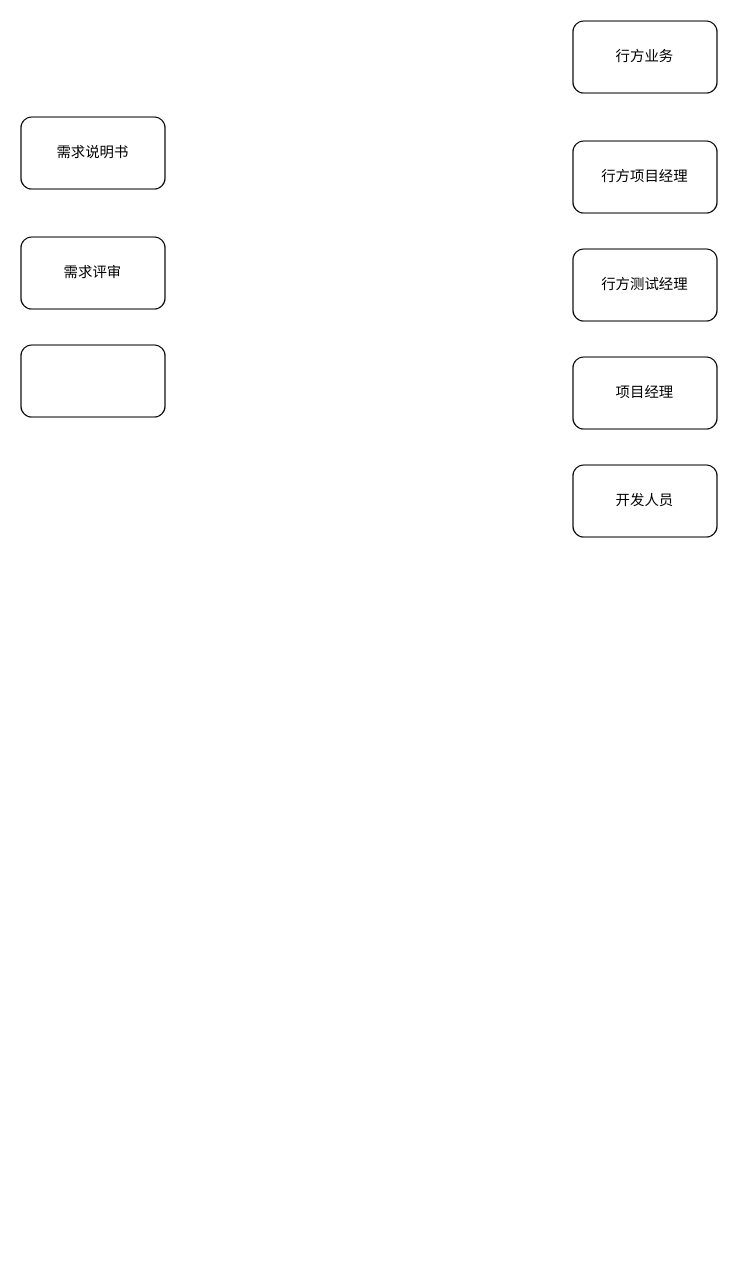
Above: page "Page-4" (4 of 4) of Untitled Diagram.drawio in xianyuenan/Testgit (draw.io), before the change. Source tidied: cells renumbered, new cells numbered last; positions are measured from the earlier drawing's top-left corner, leaving out a move shared by most shapes. Both pictures are drawn from the tidied source at 120%, with x=0, y=0 at pixel (20, 20).
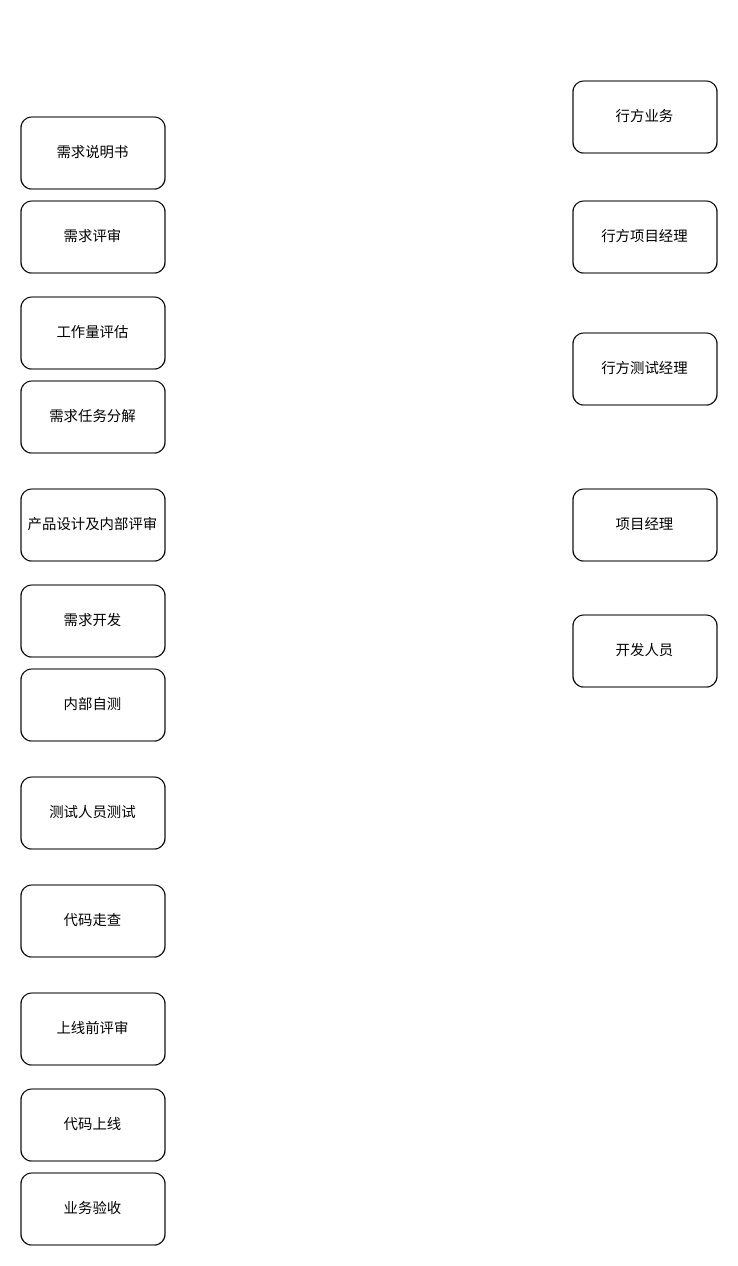
The same diagram, later.

Change to the diagram source:
```diff
@@
 <mxGraphModel>
   <root>
     <mxCell id="0" />
     <mxCell id="1" parent="0" />
     <mxCell id="2" value="行方业务" style="rounded=1;whiteSpace=wrap;html=1;" parent="1" vertex="1">
-      <mxGeometry x="460" width="120" height="60" as="geometry" />
+      <mxGeometry x="460" y="50" width="120" height="60" as="geometry" />
     </mxCell>
     <mxCell id="3" value="行方项目经理" style="rounded=1;whiteSpace=wrap;html=1;" parent="1" vertex="1">
-      <mxGeometry x="460" y="100" width="120" height="60" as="geometry" />
+      <mxGeometry x="460" y="150" width="120" height="60" as="geometry" />
     </mxCell>
     <mxCell id="4" value="项目经理" style="rounded=1;whiteSpace=wrap;html=1;" parent="1" vertex="1">
-      <mxGeometry x="460" y="280" width="120" height="60" as="geometry" />
+      <mxGeometry x="460" y="390" width="120" height="60" as="geometry" />
     </mxCell>
     <mxCell id="5" value="行方测试经理" style="rounded=1;whiteSpace=wrap;html=1;" parent="1" vertex="1">
-      <mxGeometry x="460" y="190" width="120" height="60" as="geometry" />
+      <mxGeometry x="460" y="260" width="120" height="60" as="geometry" />
     </mxCell>
     <mxCell id="6" value="需求说明书" style="rounded=1;whiteSpace=wrap;html=1;" parent="1" vertex="1">
       <mxGeometry y="80" width="120" height="60" as="geometry" />
     </mxCell>
     <mxCell id="7" value="需求评审" style="rounded=1;whiteSpace=wrap;html=1;" parent="1" vertex="1">
-      <mxGeometry y="180" width="120" height="60" as="geometry" />
+      <mxGeometry y="150" width="120" height="60" as="geometry" />
     </mxCell>
-    <mxCell id="8" style="rounded=1;whiteSpace=wrap;html=1;" parent="1" vertex="1">
-      <mxGeometry y="270" width="120" height="60" as="geometry" />
+    <mxCell id="8" value="需求任务分解" style="rounded=1;whiteSpace=wrap;html=1;" parent="1" vertex="1">
+      <mxGeometry y="300" width="120" height="60" as="geometry" />
     </mxCell>
     <mxCell id="9" value="开发人员" style="rounded=1;whiteSpace=wrap;html=1;" parent="1" vertex="1">
-      <mxGeometry x="460" y="370" width="120" height="60" as="geometry" />
+      <mxGeometry x="460" y="495" width="120" height="60" as="geometry" />
     </mxCell>
+    <mxCell id="10" value="需求开发" style="rounded=1;whiteSpace=wrap;html=1;" parent="1" vertex="1">
+      <mxGeometry y="470" width="120" height="60" as="geometry" />
+    </mxCell>
+    <mxCell id="11" value="产品设计及内部评审" style="rounded=1;whiteSpace=wrap;html=1;" parent="1" vertex="1">
+      <mxGeometry y="390" width="120" height="60" as="geometry" />
+    </mxCell>
+    <mxCell id="12" value="内部自测" style="rounded=1;whiteSpace=wrap;html=1;" parent="1" vertex="1">
+      <mxGeometry y="540" width="120" height="60" as="geometry" />
+    </mxCell>
+    <mxCell id="13" value="测试人员测试" style="rounded=1;whiteSpace=wrap;html=1;" parent="1" vertex="1">
+      <mxGeometry y="630" width="120" height="60" as="geometry" />
+    </mxCell>
+    <mxCell id="14" value="上线前评审" style="rounded=1;whiteSpace=wrap;html=1;" parent="1" vertex="1">
+      <mxGeometry y="810" width="120" height="60" as="geometry" />
+    </mxCell>
+    <mxCell id="15" value="代码走查" style="rounded=1;whiteSpace=wrap;html=1;" parent="1" vertex="1">
+      <mxGeometry y="720" width="120" height="60" as="geometry" />
+    </mxCell>
+    <mxCell id="16" value="工作量评估" style="rounded=1;whiteSpace=wrap;html=1;" parent="1" vertex="1">
+      <mxGeometry y="230" width="120" height="60" as="geometry" />
+    </mxCell>
+    <mxCell id="17" value="业务验收" style="rounded=1;whiteSpace=wrap;html=1;" parent="1" vertex="1">
+      <mxGeometry y="960" width="120" height="60" as="geometry" />
+    </mxCell>
+    <mxCell id="18" value="代码上线" style="rounded=1;whiteSpace=wrap;html=1;" parent="1" vertex="1">
+      <mxGeometry y="890" width="120" height="60" as="geometry" />
+    </mxCell>
   </root>
 </mxGraphModel>
```
